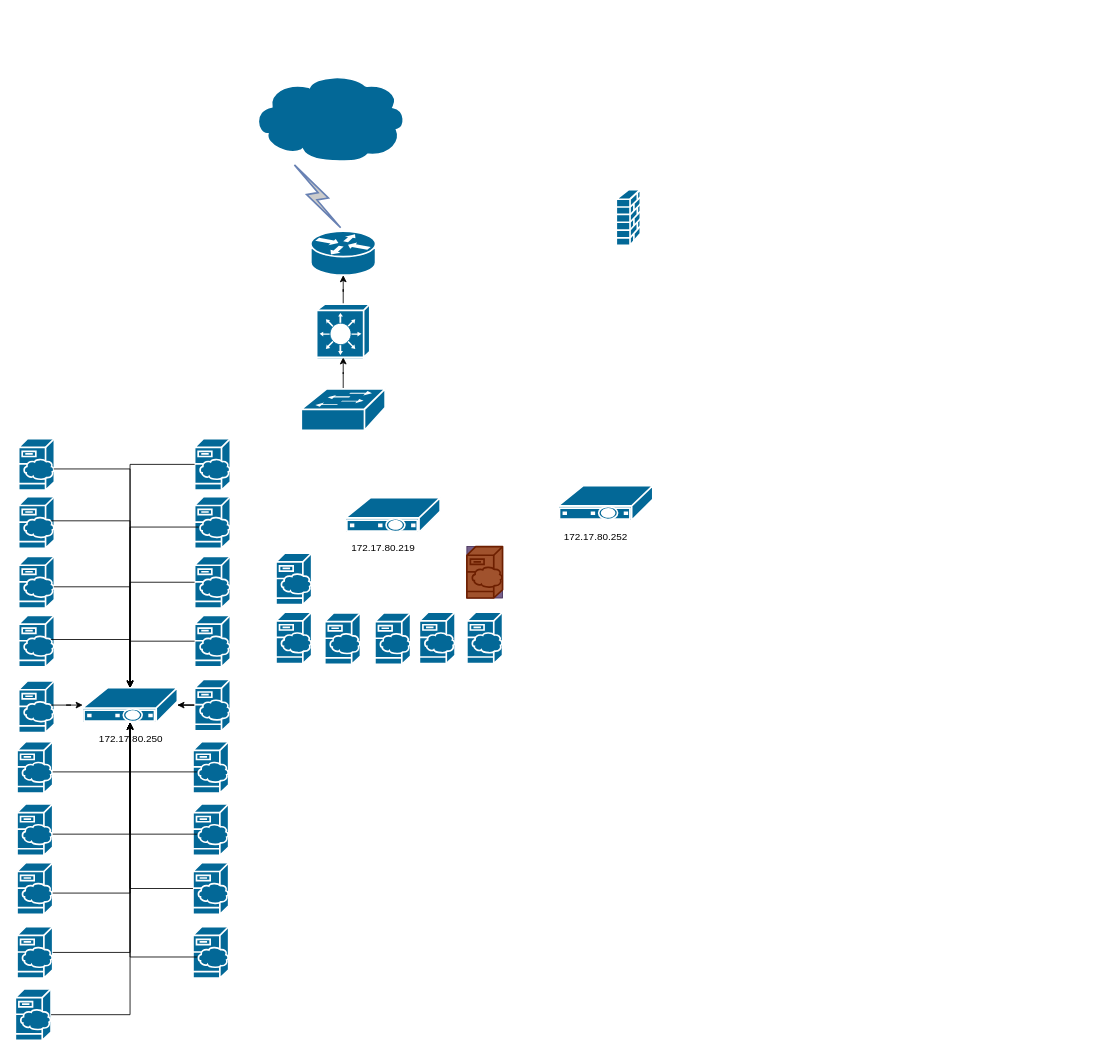
Above: ytmedia_1.drawio in lugoing/drawio (draw.io), before the change. Source tidied: cells renumbered, new cells numbered last; positions are measured from the earlier drawing's top-left corner, leaving out a move shared by most shapes. Both pictures are drawn from the tidied source at 83%, with x=0, y=0 at pixel (15, 73).
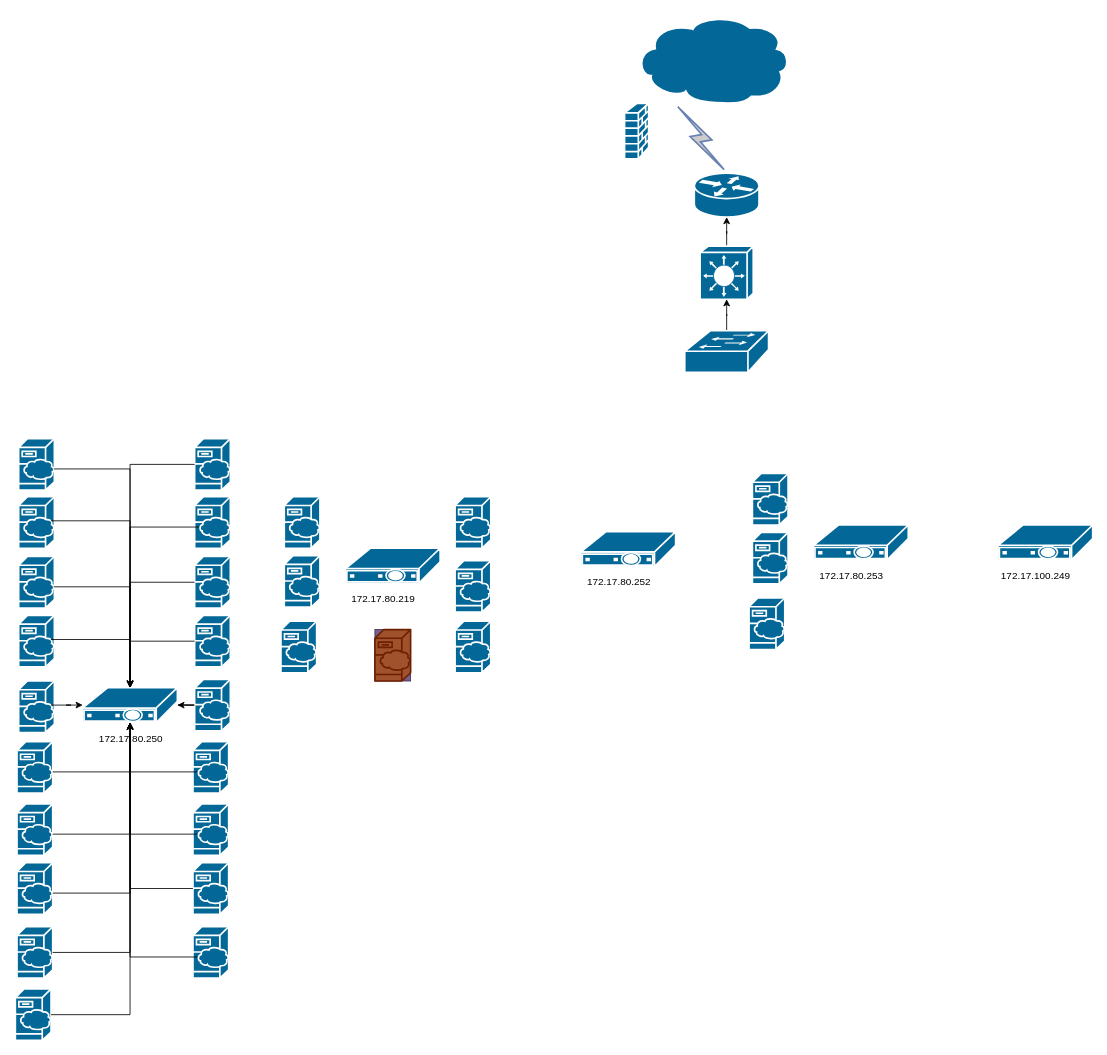
After the change.

Change to the diagram source:
```diff
@@
     <mxCell id="2" style="shape=mxgraph.cisco.routers.router;html=1;dashed=0;fillColor=#036897;strokeColor=#ffffff;strokeWidth=2;verticalLabelPosition=bottom;verticalAlign=top;align=center;outlineConnect=0;" parent="1" vertex="1">
-      <mxGeometry x="356" y="190" width="78" height="53" as="geometry" />
+      <mxGeometry x="818" y="120" width="78" height="53" as="geometry" />
     </mxCell>
     <mxCell id="3" style="shape=mxgraph.cisco.security.firewall;html=1;dashed=0;fillColor=#036897;strokeColor=#ffffff;strokeWidth=2;verticalLabelPosition=bottom;verticalAlign=top;align=center;" parent="1" vertex="1">
-      <mxGeometry x="724" y="140" width="29" height="67" as="geometry" />
+      <mxGeometry x="734" y="36" width="29" height="67" as="geometry" />
     </mxCell>
     <mxCell id="4" style="shape=mxgraph.cisco.storage.cloud;html=1;dashed=0;fillColor=#036897;strokeColor=#ffffff;strokeWidth=2;verticalLabelPosition=bottom;verticalAlign=top;align=center;outlineConnect=0;" parent="1" vertex="1">
-      <mxGeometry x="285" width="186" height="106" as="geometry" />
+      <mxGeometry x="747" y="-70" width="186" height="106" as="geometry" />
     </mxCell>
@@
     <mxCell id="6" style="shape=mxgraph.cisco.switches.layer_3_switch;html=1;dashed=0;fillColor=#036897;strokeColor=#ffffff;strokeWidth=2;verticalLabelPosition=bottom;verticalAlign=top;align=center;outlineConnect=0;" parent="1" vertex="1">
-      <mxGeometry x="363" y="280" width="64" height="64" as="geometry" />
+      <mxGeometry x="825" y="210" width="64" height="64" as="geometry" />
     </mxCell>
@@
     <mxCell id="8" style="shape=mxgraph.cisco.switches.workgroup_switch;html=1;dashed=0;fillColor=#036897;strokeColor=#ffffff;strokeWidth=2;verticalLabelPosition=bottom;verticalAlign=top;align=center;outlineConnect=0;" parent="1" vertex="1">
-      <mxGeometry x="344.5" y="380" width="101" height="50" as="geometry" />
+      <mxGeometry x="806.5" y="310" width="101" height="50" as="geometry" />
     </mxCell>
     <mxCell id="9" style="html=1;outlineConnect=0;fillColor=#CCCCCC;strokeColor=#6881B3;gradientColor=none;gradientDirection=north;strokeWidth=2;shape=mxgraph.networks.comm_link_edge;html=1;exitX=0.5;exitY=0;exitDx=0;exitDy=0;exitPerimeter=0;" parent="1" edge="1" source="2" target="4">
       <mxGeometry relative="1" as="geometry">
         <Array as="points">
-          <mxPoint x="262" y="190" />
+          <mxPoint x="724" y="120" />
         </Array>
       </mxGeometry>
     </mxCell>
     <mxCell id="10" style="shape=mxgraph.cisco.switches.layer_3_switch;html=1;dashed=0;fillColor=#036897;strokeColor=#ffffff;strokeWidth=2;verticalLabelPosition=bottom;verticalAlign=top;align=center;outlineConnect=0;" parent="1" vertex="1">
-      <mxGeometry x="363" y="278" width="64" height="64" as="geometry" />
+      <mxGeometry x="825" y="208" width="64" height="64" as="geometry" />
     </mxCell>
@@
     <mxCell id="42" style="shape=mxgraph.cisco.misc.set_top_box;html=1;dashed=0;fillColor=#036897;strokeColor=#ffffff;strokeWidth=2;verticalLabelPosition=bottom;verticalAlign=top;align=center;" parent="1" vertex="1">
-      <mxGeometry x="397.8" y="511" width="114" height="42" as="geometry" />
+      <mxGeometry x="397.8" y="572" width="114" height="42" as="geometry" />
     </mxCell>
     <mxCell id="43" value="172.17.80.219" style="text;html=1;align=center;verticalAlign=middle;fillColor=none;strokeColor=none;rounded=0;" parent="1" vertex="1">
-      <mxGeometry x="397.8" y="562" width="90" height="20" as="geometry" />
+      <mxGeometry x="397.8" y="623" width="90" height="20" as="geometry" />
     </mxCell>
     <mxCell id="44" style="group;" parent="1" vertex="1">
-      <mxGeometry x="314" y="578" width="43" height="62" as="geometry" />
+      <mxGeometry x="324" y="510" width="43" height="62" as="geometry" />
     </mxCell>
@@
     <mxCell id="47" style="group;" parent="1" vertex="1">
-      <mxGeometry x="372.8" y="650" width="43" height="62" as="geometry" />
+      <mxGeometry x="320" y="660" width="43" height="62" as="geometry" />
     </mxCell>
@@
     <mxCell id="50" style="group;" parent="1" vertex="1">
-      <mxGeometry x="314" y="649" width="43" height="62" as="geometry" />
+      <mxGeometry x="324" y="581" width="43" height="62" as="geometry" />
     </mxCell>
@@
     <mxCell id="53" style="group;" parent="1" vertex="1">
-      <mxGeometry x="544" y="649" width="43" height="62" as="geometry" />
+      <mxGeometry x="529.8" y="660" width="43" height="62" as="geometry" />
     </mxCell>
@@
     <mxCell id="56" style="group;" parent="1" vertex="1">
-      <mxGeometry x="486.8" y="649" width="43" height="62" as="geometry" />
+      <mxGeometry x="529.8" y="587" width="43" height="62" as="geometry" />
     </mxCell>
@@
     <mxCell id="59" style="group;" parent="1" vertex="1">
-      <mxGeometry x="433.2" y="650" width="43" height="62" as="geometry" />
+      <mxGeometry x="529.8" y="510" width="43" height="62" as="geometry" />
     </mxCell>
@@
     <mxCell id="62" style="group;fillColor=#76608a;strokeColor=#432D57;fontColor=#ffffff;" parent="1" vertex="1">
-      <mxGeometry x="544" y="570" width="43" height="62" as="geometry" />
+      <mxGeometry x="433.2" y="670" width="43" height="62" as="geometry" />
     </mxCell>
@@
     <mxCell id="65" style="shape=mxgraph.cisco.misc.set_top_box;html=1;dashed=0;fillColor=#036897;strokeColor=#ffffff;strokeWidth=2;verticalLabelPosition=bottom;verticalAlign=top;align=center;" parent="1" vertex="1">
-      <mxGeometry x="654" y="496.5" width="114" height="42" as="geometry" />
+      <mxGeometry x="681.5" y="552" width="114" height="42" as="geometry" />
     </mxCell>
     <mxCell id="66" value="172.17.80.252" style="text;html=1;align=center;verticalAlign=middle;fillColor=none;strokeColor=none;rounded=0;" parent="1" vertex="1">
-      <mxGeometry x="654" y="547.5" width="90" height="20" as="geometry" />
+      <mxGeometry x="681.5" y="603" width="90" height="20" as="geometry" />
     </mxCell>
@@
+    <mxCell id="112" style="shape=mxgraph.cisco.misc.set_top_box;html=1;dashed=0;fillColor=#036897;strokeColor=#ffffff;strokeWidth=2;verticalLabelPosition=bottom;verticalAlign=top;align=center;" parent="1" vertex="1">
+      <mxGeometry x="961.8" y="544" width="114" height="42" as="geometry" />
+    </mxCell>
+    <mxCell id="113" value="172.17.80.253" style="text;html=1;align=center;verticalAlign=middle;fillColor=none;strokeColor=none;rounded=0;" parent="1" vertex="1">
+      <mxGeometry x="961.8" y="595" width="90" height="20" as="geometry" />
+    </mxCell>
+    <mxCell id="114" style="group;" parent="1" vertex="1">
+      <mxGeometry x="888" y="482" width="43" height="62" as="geometry" />
+    </mxCell>
+    <mxCell id="115" style="shape=mxgraph.cisco.servers.fileserver;html=1;dashed=0;fillColor=#036897;strokeColor=#ffffff;strokeWidth=2;verticalLabelPosition=bottom;verticalAlign=top;align=center;" parent="114" vertex="1">
+      <mxGeometry width="43" height="62" as="geometry" />
+    </mxCell>
+    <mxCell id="116" style="shape=mxgraph.cisco.storage.cloud;html=1;dashed=0;fillColor=#036897;strokeColor=#ffffff;strokeWidth=2;verticalLabelPosition=bottom;verticalAlign=top;align=center;" parent="114" vertex="1">
+      <mxGeometry x="5" y="24" width="38" height="25" as="geometry" />
+    </mxCell>
+    <mxCell id="117" style="group;" parent="1" vertex="1">
+      <mxGeometry x="884" y="632" width="43" height="62" as="geometry" />
+    </mxCell>
+    <mxCell id="118" style="shape=mxgraph.cisco.servers.fileserver;html=1;dashed=0;fillColor=#036897;strokeColor=#ffffff;strokeWidth=2;verticalLabelPosition=bottom;verticalAlign=top;align=center;" parent="117" vertex="1">
+      <mxGeometry width="43" height="62" as="geometry" />
+    </mxCell>
+    <mxCell id="119" style="shape=mxgraph.cisco.storage.cloud;html=1;dashed=0;fillColor=#036897;strokeColor=#ffffff;strokeWidth=2;verticalLabelPosition=bottom;verticalAlign=top;align=center;" parent="117" vertex="1">
+      <mxGeometry x="5" y="24" width="38" height="25" as="geometry" />
+    </mxCell>
+    <mxCell id="120" style="group;" parent="1" vertex="1">
+      <mxGeometry x="888" y="553" width="43" height="62" as="geometry" />
+    </mxCell>
+    <mxCell id="121" style="shape=mxgraph.cisco.servers.fileserver;html=1;dashed=0;fillColor=#036897;strokeColor=#ffffff;strokeWidth=2;verticalLabelPosition=bottom;verticalAlign=top;align=center;" parent="120" vertex="1">
+      <mxGeometry width="43" height="62" as="geometry" />
+    </mxCell>
+    <mxCell id="122" style="shape=mxgraph.cisco.storage.cloud;html=1;dashed=0;fillColor=#036897;strokeColor=#ffffff;strokeWidth=2;verticalLabelPosition=bottom;verticalAlign=top;align=center;" parent="120" vertex="1">
+      <mxGeometry x="5" y="24" width="38" height="25" as="geometry" />
+    </mxCell>
+    <mxCell id="123" style="shape=mxgraph.cisco.misc.set_top_box;html=1;dashed=0;fillColor=#036897;strokeColor=#ffffff;strokeWidth=2;verticalLabelPosition=bottom;verticalAlign=top;align=center;" parent="1" vertex="1">
+      <mxGeometry x="1184" y="544" width="114" height="42" as="geometry" />
+    </mxCell>
+    <mxCell id="124" value="172.17.100.249" style="text;html=1;align=center;verticalAlign=middle;fillColor=none;strokeColor=none;rounded=0;" parent="1" vertex="1">
+      <mxGeometry x="1179" y="595" width="100" height="20" as="geometry" />
+    </mxCell>
```
